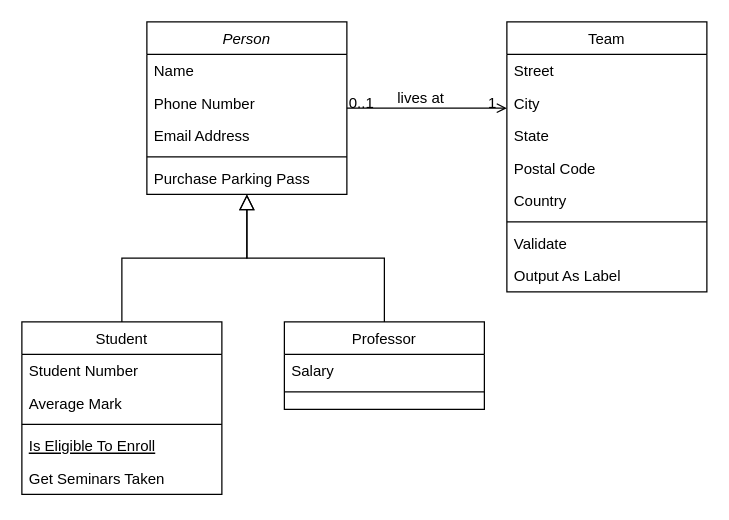
Before: Sports Team.drawio in davecheng-tech/ICS4U-Class-Relationships-Example, a draw.io diagram. Source tidied: cells renumbered, new cells numbered last; positions are measured from the earlier drawing's top-left corner, leaving out a move shared by most shapes. Both pictures are drawn from the tidied source at 125%, with x=0, y=0 at pixel (21, 21).
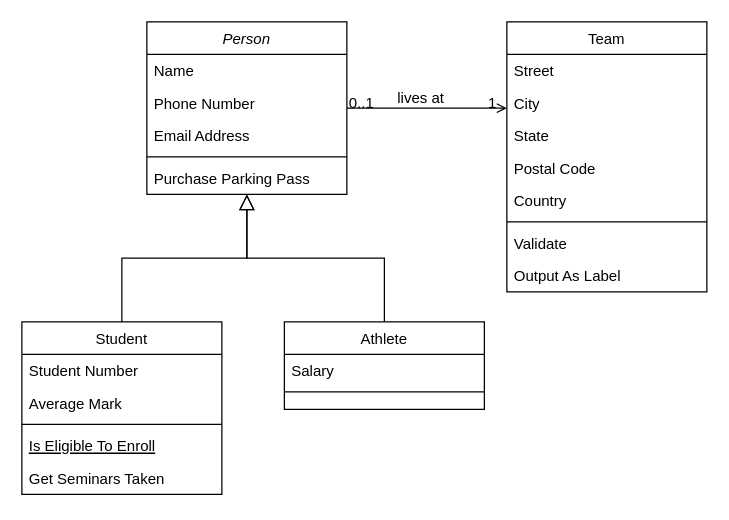
The same diagram, later.

Change to the diagram source:
```diff
@@
-    <mxCell id="15" value="Professor" style="swimlane;fontStyle=0;align=center;verticalAlign=top;horizontal=1;startSize=26;rounded=0;shadow=0;strokeWidth=1;" parent="1" vertex="1">
+    <mxCell id="15" value="Athlete" style="swimlane;fontStyle=0;align=center;verticalAlign=top;horizontal=1;startSize=26;rounded=0;shadow=0;strokeWidth=1;" parent="1" vertex="1">
       <mxGeometry x="210" y="240" width="160" height="70" as="geometry" />
     </mxCell>
```
